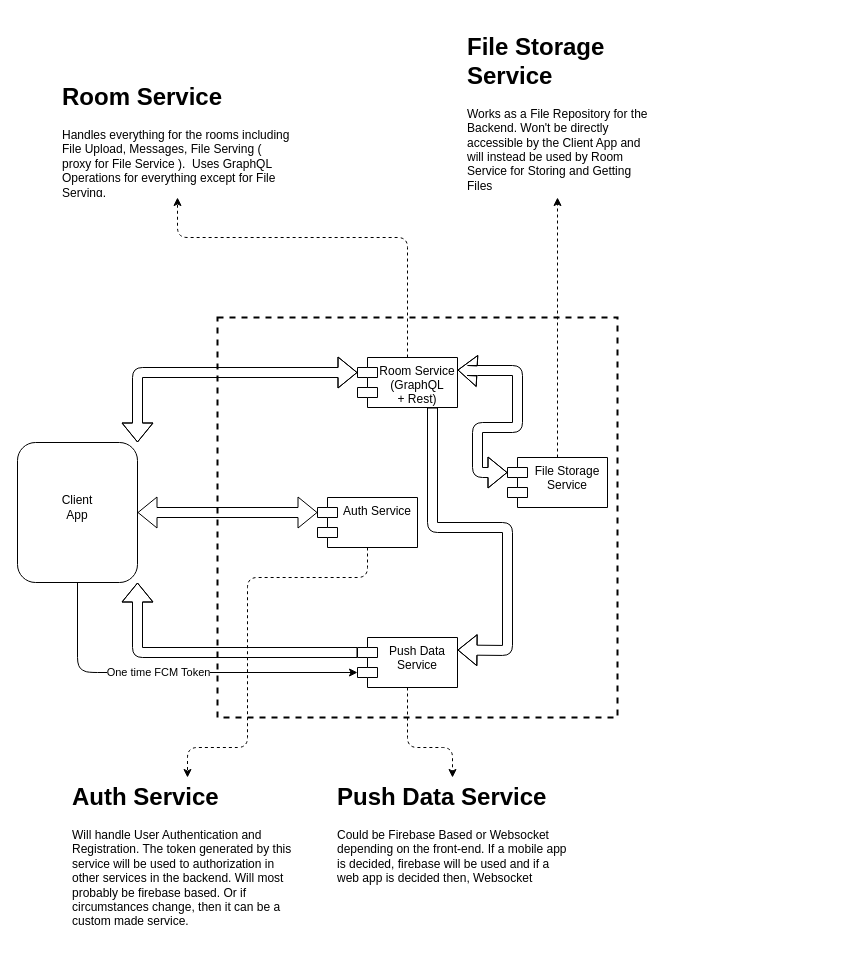
Before: ArchitectureDiagram.drawio in tabishmahfuz1/cims-documentation, a draw.io diagram. Source tidied: cells renumbered, new cells numbered last; positions are measured from the earlier drawing's top-left corner, leaving out a move shared by most shapes. Both pictures are drawn from the tidied source at 100%, with x=0, y=0 at pixel (17, 27).
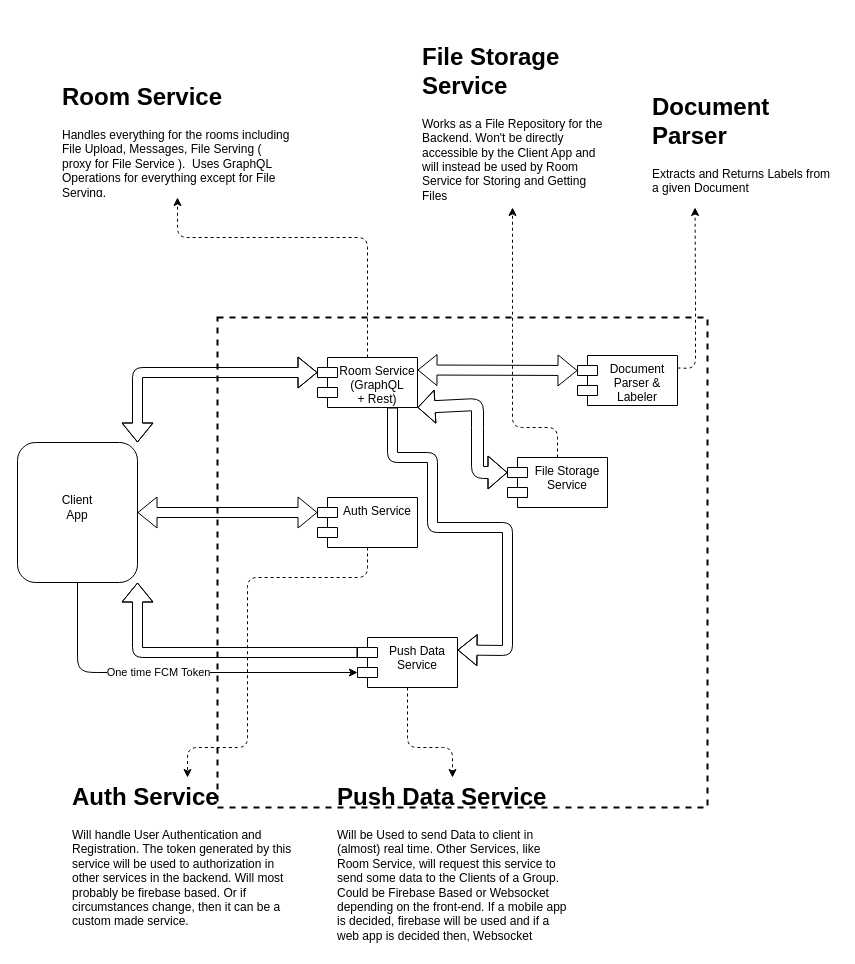
Above is the later version.

The change refers to these unchanged cells:
```xml
<mxCell id="6" value="File Storage &#10;Service&#10;" style="shape=module;align=left;spacingLeft=20;align=center;verticalAlign=top;strokeWidth=1;" parent="1" vertex="1">
  <mxGeometry x="490" y="430" width="100" height="50" as="geometry" />
</mxCell>
<mxCell id="7" value="Push Data&#10;Service&#10;" style="shape=module;align=left;spacingLeft=20;align=center;verticalAlign=top;strokeWidth=1;fillColor=#ffffff;" parent="1" vertex="1">
  <mxGeometry x="340" y="610" width="100" height="50" as="geometry" />
</mxCell>
<mxCell id="19" value="&lt;h1&gt;Room Service&amp;nbsp;&lt;/h1&gt;&lt;p&gt;Handles everything for the rooms including File Upload, Messages, File Serving ( proxy for File Service ).&amp;nbsp; Uses GraphQL Operations for everything except for File Serving.&lt;/p&gt;" style="text;html=1;strokeColor=none;fillColor=none;spacing=5;spacingTop=-20;whiteSpace=wrap;overflow=hidden;rounded=0;" parent="1" vertex="1">
  <mxGeometry x="40" y="50" width="240" height="120" as="geometry" />
</mxCell>
```

Diff of the diagram source:
```diff
@@
     <mxCell id="4" style="whiteSpace=wrap;html=1;fillColor=none;dashed=1;strokeWidth=2;" parent="1" vertex="1">
-      <mxGeometry x="200" y="290" width="400" height="400" as="geometry" />
+      <mxGeometry x="200" y="290" width="490" height="490" as="geometry" />
     </mxCell>
     <mxCell id="5" value="Room Service&#10;(GraphQL &#10;+ Rest)" style="shape=module;align=left;spacingLeft=20;align=center;verticalAlign=top;strokeWidth=1;" parent="1" vertex="1">
-      <mxGeometry x="340" y="330" width="100" height="50" as="geometry" />
+      <mxGeometry x="300" y="330" width="100" height="50" as="geometry" />
     </mxCell>
@@
-    <mxCell id="14" style="shape=flexArrow;endArrow=classic;startArrow=classic;html=1;exitX=1;exitY=0.25;exitDx=0;exitDy=0;entryX=0;entryY=0;entryDx=0;entryDy=15;entryPerimeter=0;" parent="1" edge="1" source="5" target="6">
+    <mxCell id="14" style="shape=flexArrow;endArrow=classic;startArrow=classic;html=1;exitX=1;exitY=1;exitDx=0;exitDy=0;entryX=0;entryY=0;entryDx=0;entryDy=15;entryPerimeter=0;width=12;startSize=5.34;" parent="1" edge="1" source="5" target="6">
       <mxGeometry relative="1" as="geometry">
         <Array as="points">
-          <mxPoint x="450" y="343" />
-          <mxPoint x="460" y="343" />
-          <mxPoint x="500" y="343" />
-          <mxPoint x="500" y="400" />
+          <mxPoint x="460" y="377" />
           <mxPoint x="460" y="400" />
           <mxPoint x="460" y="445" />
         </Array>
       </mxGeometry>
     </mxCell>
     <mxCell id="15" style="shape=flexArrow;endArrow=classic;html=1;exitX=0.75;exitY=1;exitDx=0;exitDy=0;entryX=1;entryY=0.25;entryDx=0;entryDy=0;" parent="1" edge="1" source="5" target="7">
       <mxGeometry relative="1" as="geometry">
         <Array as="points">
+          <mxPoint x="375" y="430" />
+          <mxPoint x="415" y="430" />
           <mxPoint x="415" y="500" />
           <mxPoint x="490" y="500" />
           <mxPoint x="490" y="623" />
         </Array>
       </mxGeometry>
     </mxCell>
-    <mxCell id="16" value="&lt;h1&gt;Push Data Service&amp;nbsp;&lt;/h1&gt;&lt;p&gt;Could be Firebase Based or Websocket depending on the front-end. If a mobile app is decided, firebase will be used and if a web app is decided then, Websocket&amp;nbsp;&lt;/p&gt;" style="text;html=1;strokeColor=none;fillColor=none;spacing=5;spacingTop=-20;whiteSpace=wrap;overflow=hidden;rounded=0;" parent="1" vertex="1">
-      <mxGeometry x="315" y="750" width="240" height="120" as="geometry" />
+    <mxCell id="16" value="&lt;h1&gt;Push Data Service&amp;nbsp;&lt;/h1&gt;&lt;p&gt;Will be Used to send Data to client in (almost) real time. Other Services, like Room Service, will request this service to send some data to the Clients of a Group. Could be Firebase Based or Websocket depending on the front-end. If a mobile app is decided, firebase will be used and if a web app is decided then, Websocket&amp;nbsp;&lt;/p&gt;" style="text;html=1;strokeColor=none;fillColor=none;spacing=5;spacingTop=-20;whiteSpace=wrap;overflow=hidden;rounded=0;" parent="1" vertex="1">
+      <mxGeometry x="315" y="750" width="240" height="170" as="geometry" />
     </mxCell>
@@
     <mxCell id="20" style="endArrow=classic;html=1;dashed=1;fillColor=none;entryX=0.5;entryY=1;entryDx=0;entryDy=0;exitX=0.5;exitY=0;exitDx=0;exitDy=0;" parent="1" edge="1" source="5" target="19">
       <mxGeometry relative="1" as="geometry">
         <Array as="points">
-          <mxPoint x="390" y="210" />
+          <mxPoint x="350" y="210" />
           <mxPoint x="160" y="210" />
         </Array>
       </mxGeometry>
     </mxCell>
     <mxCell id="21" value="&lt;h1&gt;File Storage Service&lt;/h1&gt;&lt;p&gt;Works as a File Repository for the Backend. Won't be directly accessible by the Client App and will instead be used by Room Service for Storing and Getting Files&lt;/p&gt;" style="text;html=1;strokeColor=none;fillColor=none;spacing=5;spacingTop=-20;whiteSpace=wrap;overflow=hidden;rounded=0;" parent="1" vertex="1">
-      <mxGeometry x="445" width="190" height="170" as="geometry" />
+      <mxGeometry x="400" y="10" width="190" height="170" as="geometry" />
     </mxCell>
     <mxCell id="22" style="endArrow=classic;html=1;dashed=1;fillColor=none;exitX=0.5;exitY=0;exitDx=0;exitDy=0;entryX=0.5;entryY=1;entryDx=0;entryDy=0;" parent="1" edge="1" source="6" target="21">
-      <mxGeometry relative="1" as="geometry" />
+      <mxGeometry relative="1" as="geometry">
+        <Array as="points">
+          <mxPoint x="540" y="400" />
+          <mxPoint x="495" y="400" />
+        </Array>
+      </mxGeometry>
     </mxCell>
@@
+    <mxCell id="24" value="Document &#10;Parser &amp; &#10;Labeler&#10;" style="shape=module;align=left;spacingLeft=20;align=center;verticalAlign=top;strokeWidth=1;" parent="1" vertex="1">
+      <mxGeometry x="560" y="328" width="100" height="50" as="geometry" />
+    </mxCell>
+    <mxCell id="25" style="shape=flexArrow;endArrow=classic;startArrow=classic;html=1;exitX=1;exitY=0.25;exitDx=0;exitDy=0;entryX=0;entryY=0;entryDx=0;entryDy=15;entryPerimeter=0;" parent="1" edge="1" source="5" target="24">
+      <mxGeometry relative="1" as="geometry" />
+    </mxCell>
+    <mxCell id="26" value="&lt;h1&gt;&lt;span&gt;Document Parser&lt;/span&gt;&lt;/h1&gt;&lt;div&gt;&lt;span&gt;Extracts and Returns Labels from a given Document&lt;/span&gt;&lt;/div&gt;" style="text;html=1;strokeColor=none;fillColor=none;spacing=5;spacingTop=-20;whiteSpace=wrap;overflow=hidden;rounded=0;" parent="1" vertex="1">
+      <mxGeometry x="630" y="60" width="190" height="120" as="geometry" />
+    </mxCell>
+    <mxCell id="27" style="endArrow=classic;html=1;dashed=1;fillColor=none;exitX=1;exitY=0.25;exitDx=0;exitDy=0;entryX=0.25;entryY=1;entryDx=0;entryDy=0;" parent="1" edge="1" source="24" target="26">
+      <mxGeometry relative="1" as="geometry">
+        <Array as="points">
+          <mxPoint x="678" y="341" />
+          <mxPoint x="678" y="260" />
+        </Array>
+      </mxGeometry>
+    </mxCell>
```
